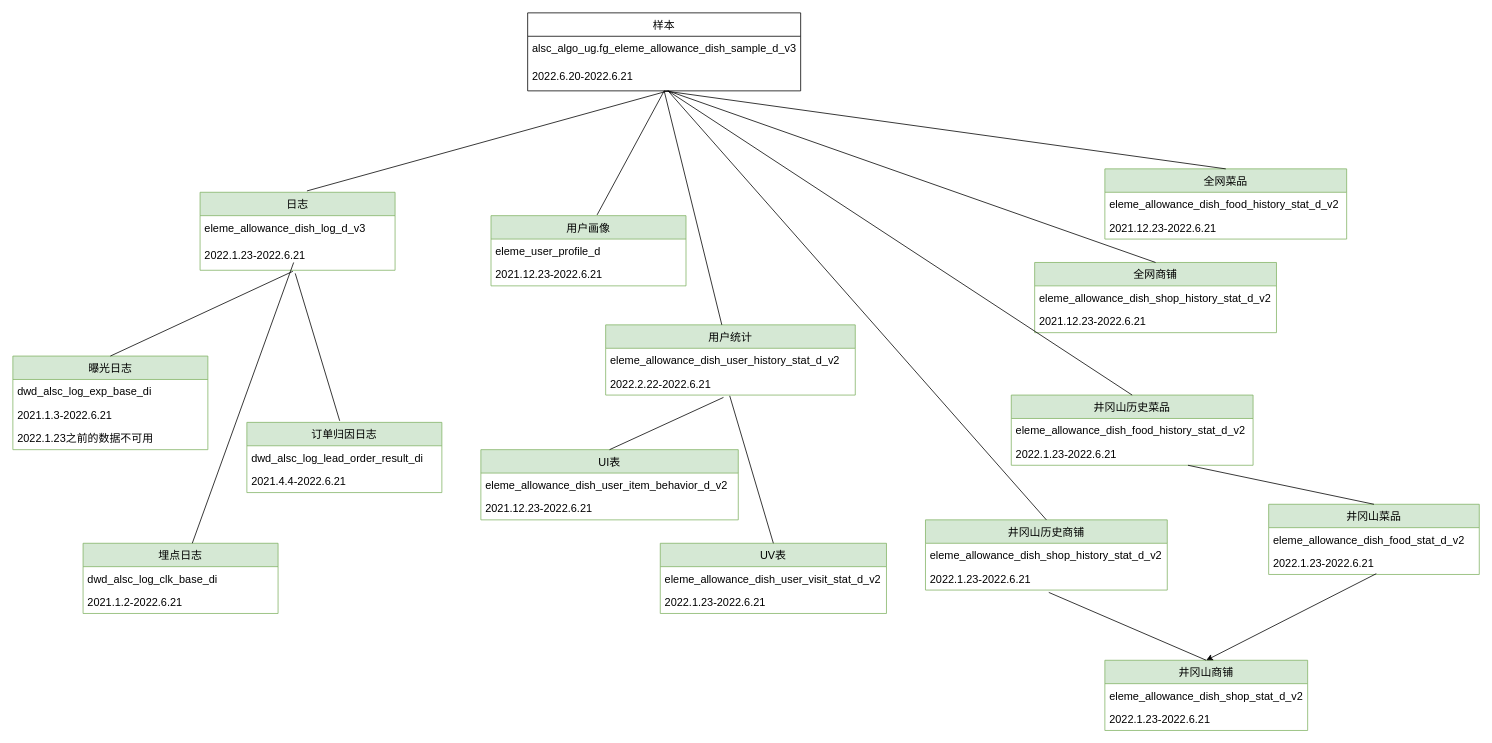
Earlier version of the draw.io diagram Untitled Diagram.drawio (Xiaohu-D/-). Source tidied: cells renumbered, new cells numbered last; positions are measured from the earlier drawing's top-left corner, leaving out a move shared by most shapes. Both pictures are drawn from the tidied source at 78%, with x=0, y=0 at pixel (12, 12).
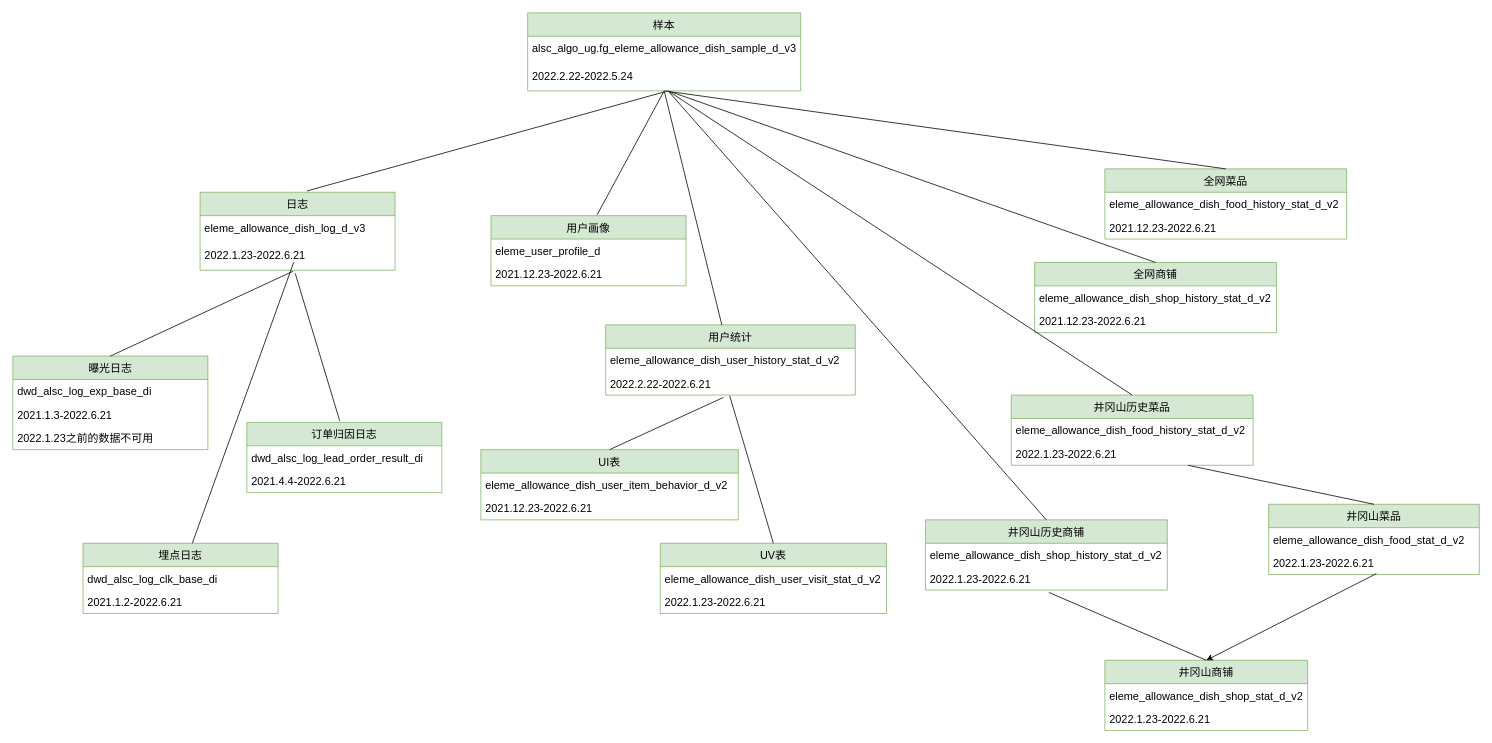
The same diagram, later.

What changed in the source:
```diff
@@
-    <mxCell id="60" value="样本" style="swimlane;fontStyle=0;horizontal=1;startSize=30;fontSize=14;" parent="1" vertex="1">
+    <mxCell id="60" value="样本" style="swimlane;fontStyle=0;horizontal=1;startSize=30;fontSize=14;fillColor=#d5e8d4;strokeColor=#82b366;" parent="1" vertex="1">
       <mxGeometry x="660" width="350" height="100" as="geometry" />
     </mxCell>
@@
-    <mxCell id="62" value="2022.6.20-2022.6.21" style="text;strokeColor=none;fillColor=none;align=left;verticalAlign=middle;spacingLeft=4;spacingRight=4;overflow=hidden;fontSize=14;" parent="60" vertex="1">
+    <mxCell id="62" value="2022.2.22-2022.5.24" style="text;strokeColor=none;fillColor=none;align=left;verticalAlign=middle;spacingLeft=4;spacingRight=4;overflow=hidden;fontSize=14;" parent="60" vertex="1">
       <mxGeometry y="60" width="350" height="40" as="geometry" />
     </mxCell>
```
